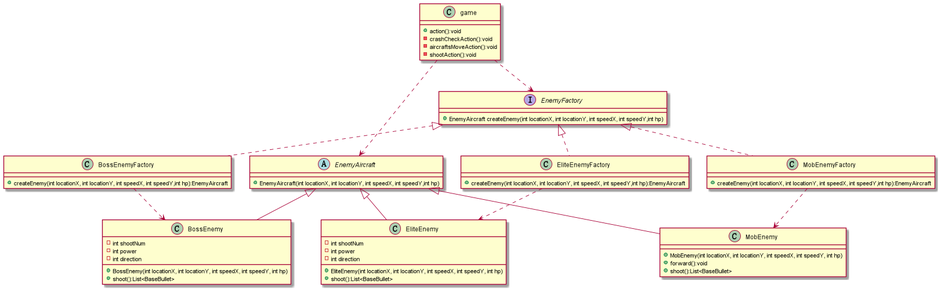
Earlier version of the PlantUML export uml/EnemyFactory.png (Lai-JX/java_lab).
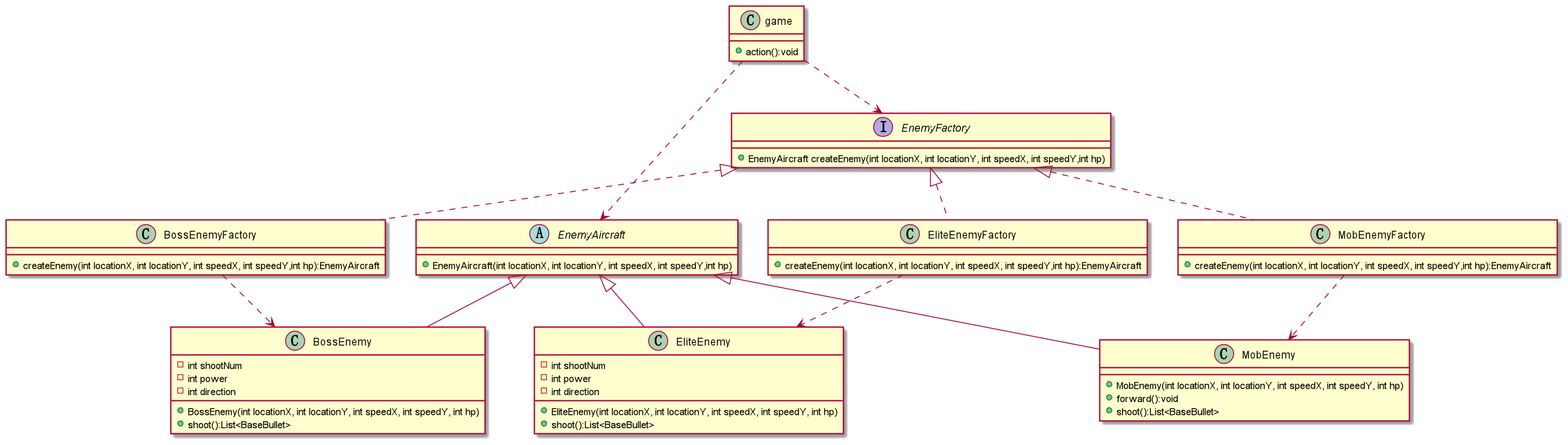
The same file after the commit.

The edit, as a diff of the source:
```diff
@@ -4,9 +4,6 @@
 class game
 {
     + action():void
-    - crashCheckAction():void
-    - aircraftsMoveAction():void
-    - shootAction():void
 
 }
 
```
